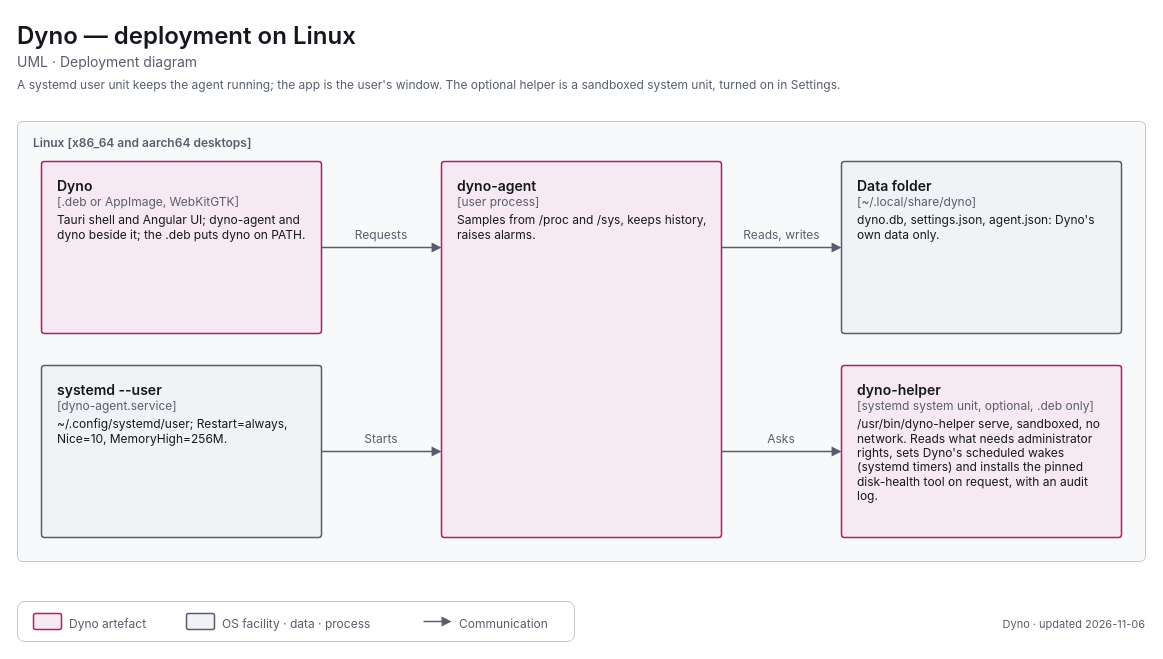
Above: apps/dyno/diagrams/uml-deployment-linux.drawio in decryp7/paddock (draw.io), before the change. Source tidied: cells renumbered, new cells numbered last; positions are measured from the earlier drawing's top-left corner, leaving out a move shared by most shapes. Both pictures are drawn from the tidied source at 100%, with x=0, y=0 at pixel (17, 17).
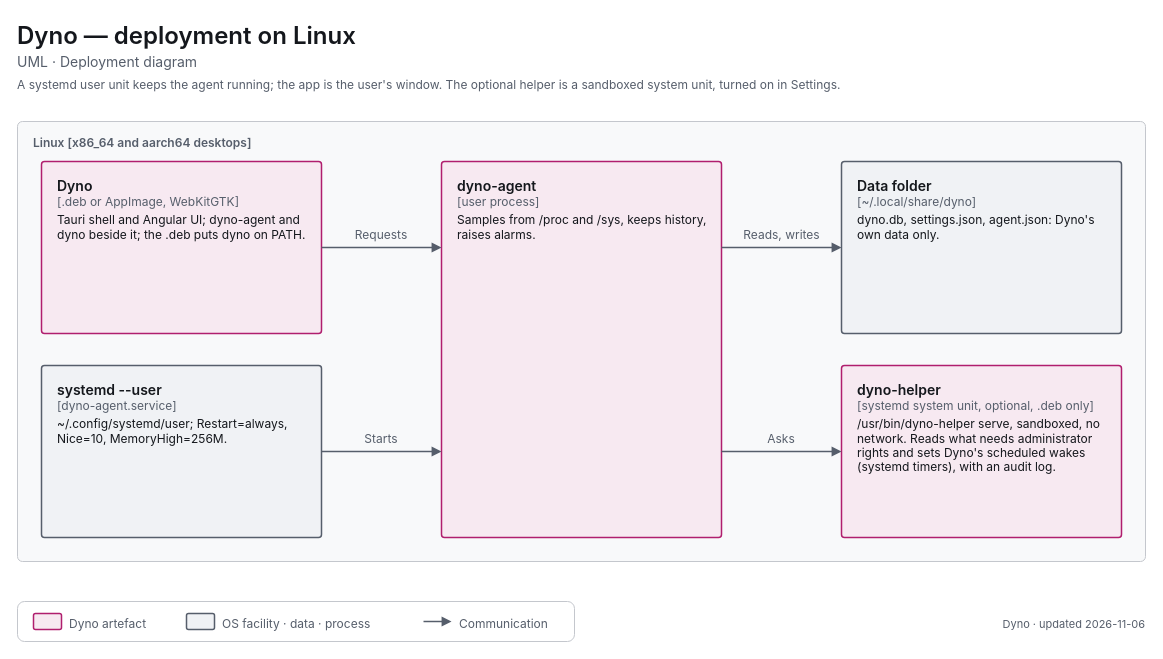
After the change.

What changed in the source:
```diff
@@
-    <mxCell id="10" value="&lt;span style=&quot;font-size:14px;font-weight:600&quot;&gt;dyno-helper&lt;/span&gt;&lt;br&gt;&lt;span style=&quot;font-size:12px;color:light-dark(#565E6B,#A0A7B2)&quot;&gt;[systemd system unit, optional, .deb only]&lt;/span&gt;&lt;br&gt;&lt;div style=&quot;margin-top:4px;font-size:12px&quot;&gt;/usr/bin/dyno-helper serve, sandboxed, no network. Reads what needs administrator rights, sets Dyno's scheduled wakes (systemd timers) and installs the pinned disk-health tool on request, with an audit log.&lt;/div&gt;" style="html=1;whiteSpace=wrap;fontFamily=-apple-system,BlinkMacSystemFont,Segoe UI,system-ui,sans-serif;fontSize=12;fontColor=light-dark(#14171C,#ECEEF1);rounded=1;absoluteArcSize=1;arcSize=6;strokeWidth=1.5;strokeColor=light-dark(#B01E6E,#F063A8);fillColor=light-dark(#F7E9F1,#382332);align=left;verticalAlign=top;spacingLeft=14;spacingRight=14;spacingTop=10;spacingBottom=8;" parent="1" vertex="1">
+    <mxCell id="10" value="&lt;span style=&quot;font-size:14px;font-weight:600&quot;&gt;dyno-helper&lt;/span&gt;&lt;br&gt;&lt;span style=&quot;font-size:12px;color:light-dark(#565E6B,#A0A7B2)&quot;&gt;[systemd system unit, optional, .deb only]&lt;/span&gt;&lt;br&gt;&lt;div style=&quot;margin-top:4px;font-size:12px&quot;&gt;/usr/bin/dyno-helper serve, sandboxed, no network. Reads what needs administrator rights and sets Dyno's scheduled wakes (systemd timers), with an audit log.&lt;/div&gt;" style="html=1;whiteSpace=wrap;fontFamily=-apple-system,BlinkMacSystemFont,Segoe UI,system-ui,sans-serif;fontSize=12;fontColor=light-dark(#14171C,#ECEEF1);rounded=1;absoluteArcSize=1;arcSize=6;strokeWidth=1.5;strokeColor=light-dark(#B01E6E,#F063A8);fillColor=light-dark(#F7E9F1,#382332);align=left;verticalAlign=top;spacingLeft=14;spacingRight=14;spacingTop=10;spacingBottom=8;" parent="1" vertex="1">
       <mxGeometry x="824" y="348" width="280" height="172" as="geometry" />
     </mxCell>
```
